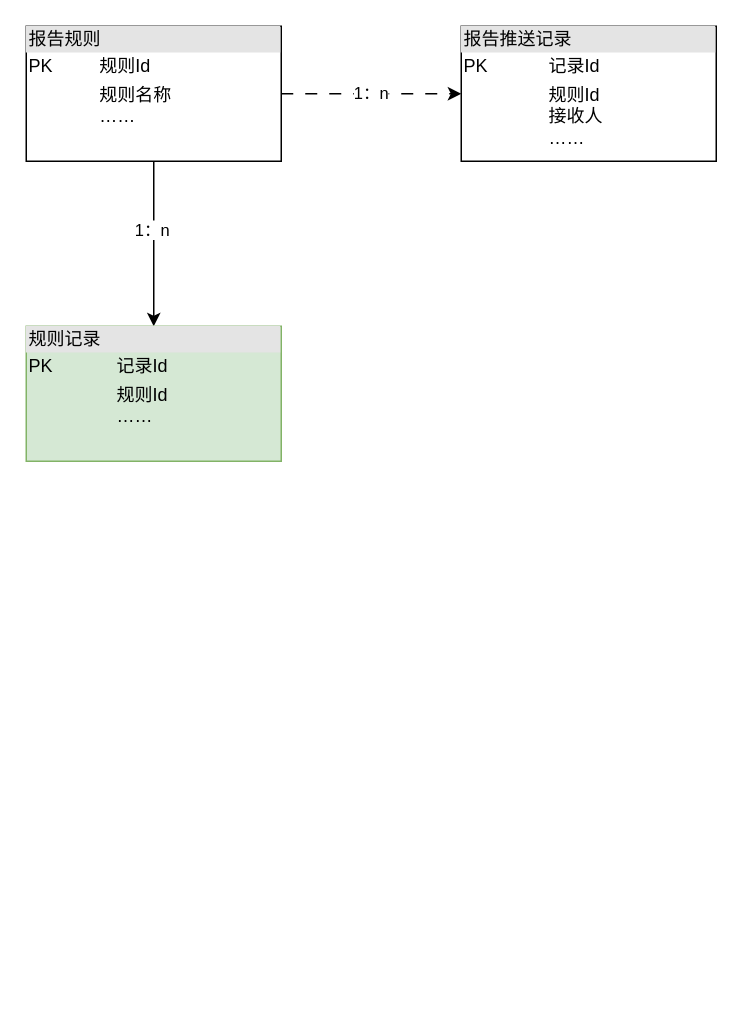
This is 23_09迭代.drawio from mozhu33/Diagrams, a draw.io file, before an edit. Source tidied: cells renumbered, new cells numbered last; positions are measured from the earlier drawing's top-left corner, leaving out a move shared by most shapes. Both pictures are drawn from the tidied source at 150%, with x=0, y=0 at pixel (26, 26).
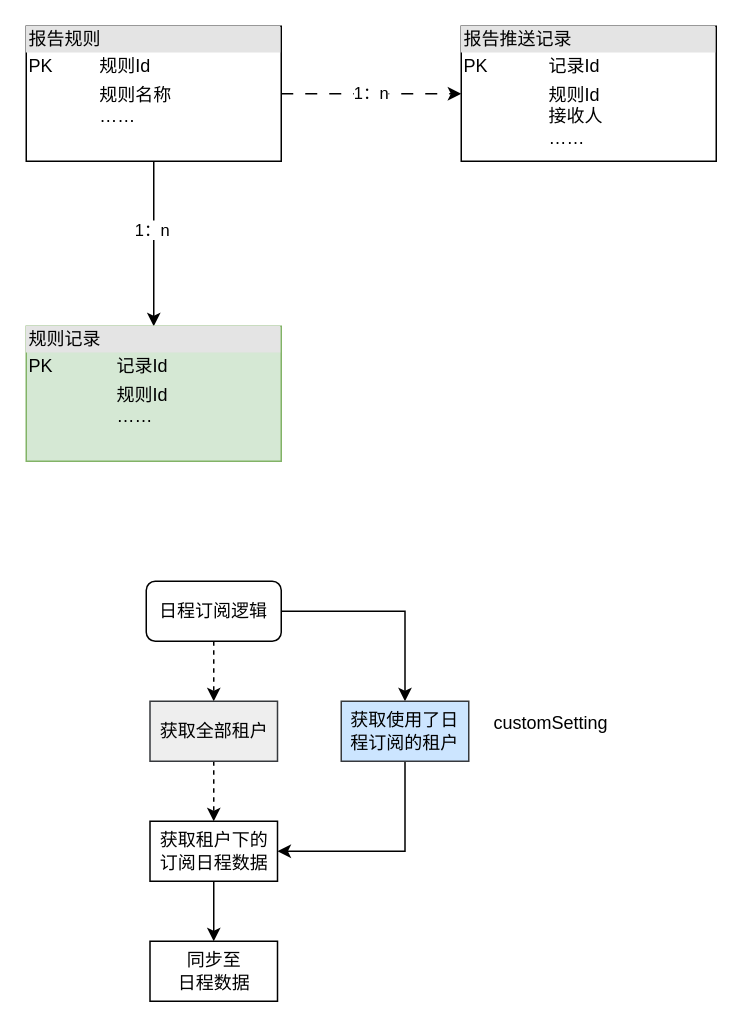
Above is the later version.

Diff of the diagram source:
```diff
@@
+    <mxCell id="8" style="edgeStyle=orthogonalEdgeStyle;rounded=0;jettySize=auto;html=1;dashed=1;" parent="1" edge="1" source="10" target="12">
+      <mxGeometry relative="1" as="geometry" />
+    </mxCell>
+    <mxCell id="9" style="edgeStyle=orthogonalEdgeStyle;rounded=0;jettySize=auto;html=1;" parent="1" edge="1" source="10" target="17">
+      <mxGeometry relative="1" as="geometry" />
+    </mxCell>
+    <mxCell id="10" value="日程订阅逻辑" style="rounded=1;whiteSpace=wrap;html=1;" parent="1" vertex="1">
+      <mxGeometry x="80" y="370" width="90" height="40" as="geometry" />
+    </mxCell>
+    <mxCell id="11" style="edgeStyle=orthogonalEdgeStyle;rounded=0;jettySize=auto;html=1;dashed=1;" parent="1" edge="1" source="12" target="14">
+      <mxGeometry relative="1" as="geometry" />
+    </mxCell>
+    <mxCell id="12" value="获取全部租户" style="rounded=0;whiteSpace=wrap;html=1;fillColor=#eeeeee;strokeColor=#36393d;" parent="1" vertex="1">
+      <mxGeometry x="82.5" y="450" width="85" height="40" as="geometry" />
+    </mxCell>
+    <mxCell id="13" style="edgeStyle=orthogonalEdgeStyle;rounded=0;jettySize=auto;html=1;" parent="1" edge="1" source="14" target="15">
+      <mxGeometry relative="1" as="geometry" />
+    </mxCell>
+    <mxCell id="14" value="获取租户下的订阅日程数据" style="rounded=0;whiteSpace=wrap;html=1;" parent="1" vertex="1">
+      <mxGeometry x="82.5" y="530" width="85" height="40" as="geometry" />
+    </mxCell>
+    <mxCell id="15" value="同步至&lt;br&gt;日程数据" style="rounded=0;whiteSpace=wrap;html=1;" parent="1" vertex="1">
+      <mxGeometry x="82.5" y="610" width="85" height="40" as="geometry" />
+    </mxCell>
+    <mxCell id="16" style="edgeStyle=orthogonalEdgeStyle;rounded=0;jettySize=auto;html=1;entryX=1;entryY=0.5;entryDx=0;entryDy=0;" parent="1" edge="1" source="17" target="14">
+      <mxGeometry relative="1" as="geometry">
+        <Array as="points">
+          <mxPoint x="253" y="550" />
+        </Array>
+      </mxGeometry>
+    </mxCell>
+    <mxCell id="17" value="获取使用了日程订阅的租户" style="rounded=0;whiteSpace=wrap;html=1;fillColor=#cce5ff;strokeColor=#36393d;" parent="1" vertex="1">
+      <mxGeometry x="210" y="450" width="85" height="40" as="geometry" />
+    </mxCell>
+    <mxCell id="18" value="customSetting" style="text;html=1;strokeColor=none;fillColor=none;align=center;verticalAlign=middle;whiteSpace=wrap;rounded=0;" parent="1" vertex="1">
+      <mxGeometry x="320" y="450" width="60" height="30" as="geometry" />
+    </mxCell>
```
